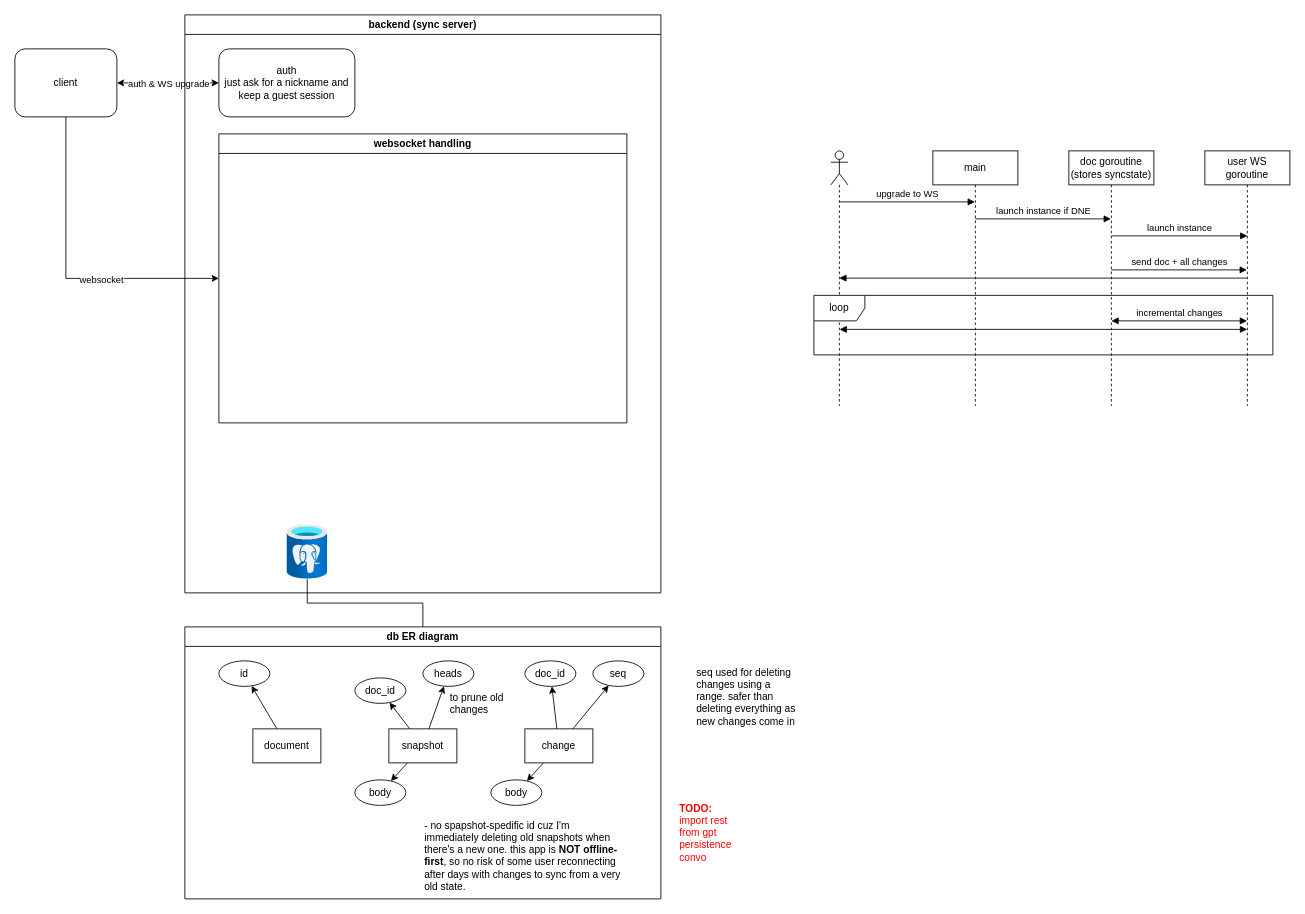
Above: page "one-doc-many-users" (1 of 2) of docs/system-design.drawio in AshkanArabim/ashdocs (draw.io), before the change. Source tidied: cells renumbered, new cells numbered last; positions are measured from the earlier drawing's top-left corner, leaving out a move shared by most shapes. Both pictures are drawn from the tidied source at 85%, with x=0, y=0 at pixel (14, 14).
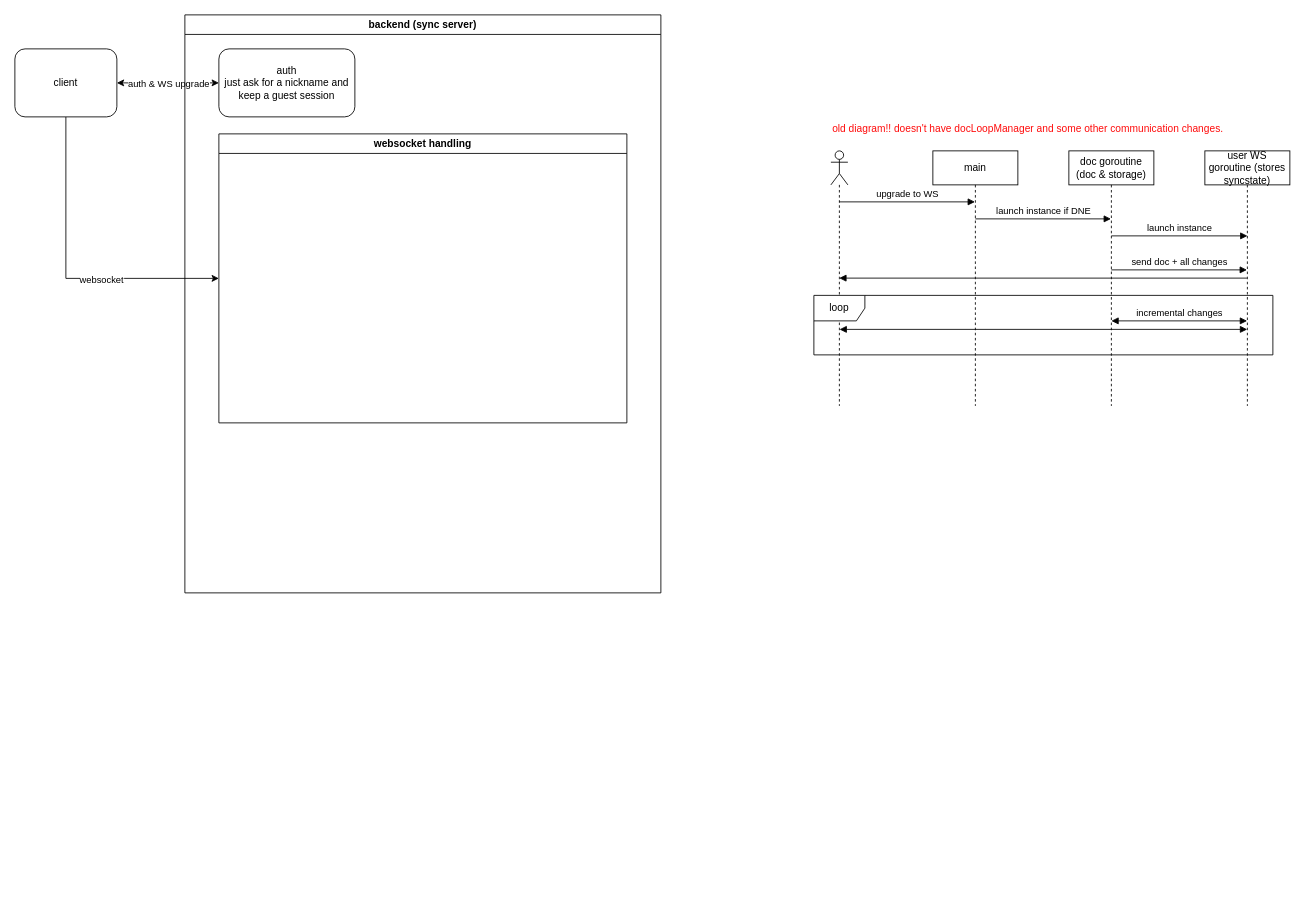
The same diagram, later.

Commit message:
remove postgres shit from drawio

The change refers to these unchanged cells:
```xml
<mxCell id="7" value="backend (sync server)" style="swimlane;whiteSpace=wrap;html=1;" parent="1" vertex="1">
  <mxGeometry x="200" width="560" height="680" as="geometry" />
</mxCell>
```

Diff of the diagram source:
```diff
@@
-    <mxCell id="10" style="image;html=1;points=[];align=center;fontSize=12;image=img/lib/azure2/databases/Azure_Database_PostgreSQL_Server.svg;" parent="7" vertex="1">
-      <mxGeometry x="120" y="600" width="48" height="64" as="geometry" />
-    </mxCell>
-    <mxCell id="11" value="db ER diagram" style="swimlane;whiteSpace=wrap;html=1;" parent="1" vertex="1">
-      <mxGeometry x="200" y="720" width="560" height="320" as="geometry" />
-    </mxCell>
-    <mxCell id="12" style="rounded=0;jettySize=auto;html=1;" parent="11" edge="1" source="13" target="22">
-      <mxGeometry relative="1" as="geometry" />
-    </mxCell>
-    <mxCell id="13" value="document" style="rounded=0;whiteSpace=wrap;html=1;" parent="11" vertex="1">
-      <mxGeometry x="80" y="120" width="80" height="40" as="geometry" />
-    </mxCell>
-    <mxCell id="14" style="rounded=0;jettySize=auto;html=1;" parent="11" edge="1" source="17" target="23">
-      <mxGeometry relative="1" as="geometry" />
-    </mxCell>
-    <mxCell id="15" style="rounded=0;jettySize=auto;html=1;" parent="11" edge="1" source="17" target="24">
-      <mxGeometry relative="1" as="geometry" />
-    </mxCell>
-    <mxCell id="16" style="rounded=0;jettySize=auto;html=1;" parent="11" edge="1" source="17" target="27">
-      <mxGeometry relative="1" as="geometry" />
-    </mxCell>
-    <mxCell id="17" value="snapshot" style="rounded=0;whiteSpace=wrap;html=1;" parent="11" vertex="1">
-      <mxGeometry x="240" y="120" width="80" height="40" as="geometry" />
-    </mxCell>
-    <mxCell id="18" style="rounded=0;jettySize=auto;html=1;" parent="11" edge="1" source="21" target="28">
-      <mxGeometry relative="1" as="geometry" />
-    </mxCell>
-    <mxCell id="19" style="rounded=0;jettySize=auto;html=1;" parent="11" edge="1" source="21" target="29">
-      <mxGeometry relative="1" as="geometry" />
-    </mxCell>
-    <mxCell id="20" style="rounded=0;jettySize=auto;html=1;" parent="11" edge="1" source="21" target="30">
-      <mxGeometry relative="1" as="geometry" />
-    </mxCell>
-    <mxCell id="21" value="change" style="rounded=0;whiteSpace=wrap;html=1;" parent="11" vertex="1">
-      <mxGeometry x="400" y="120" width="80" height="40" as="geometry" />
-    </mxCell>
-    <mxCell id="22" value="id" style="ellipse;whiteSpace=wrap;html=1;" parent="11" vertex="1">
-      <mxGeometry x="40" y="40" width="60" height="30" as="geometry" />
-    </mxCell>
-    <mxCell id="23" value="doc_id" style="ellipse;whiteSpace=wrap;html=1;" parent="11" vertex="1">
-      <mxGeometry x="200" y="60" width="60" height="30" as="geometry" />
-    </mxCell>
-    <mxCell id="24" value="heads" style="ellipse;whiteSpace=wrap;html=1;" parent="11" vertex="1">
-      <mxGeometry x="280" y="40" width="60" height="30" as="geometry" />
-    </mxCell>
-    <mxCell id="25" value="- no spapshot-spedific id cuz I'm immediately deleting old snapshots when there's a new one. this app is &lt;b&gt;NOT offline-first&lt;/b&gt;, so no risk of some user reconnecting after days with changes to sync from a very old state." style="text;html=1;whiteSpace=wrap;strokeColor=none;fillColor=none;align=left;verticalAlign=top;rounded=0;" parent="11" vertex="1">
-      <mxGeometry x="280" y="220" width="240" height="80" as="geometry" />
-    </mxCell>
-    <mxCell id="26" value="to prune old changes" style="text;html=1;whiteSpace=wrap;strokeColor=none;fillColor=none;align=left;verticalAlign=top;rounded=0;" parent="11" vertex="1">
-      <mxGeometry x="310" y="70" width="70" height="30" as="geometry" />
-    </mxCell>
-    <mxCell id="27" value="body" style="ellipse;whiteSpace=wrap;html=1;" parent="11" vertex="1">
-      <mxGeometry x="200" y="180" width="60" height="30" as="geometry" />
-    </mxCell>
-    <mxCell id="28" value="doc_id" style="ellipse;whiteSpace=wrap;html=1;" parent="11" vertex="1">
-      <mxGeometry x="400" y="40" width="60" height="30" as="geometry" />
-    </mxCell>
-    <mxCell id="29" value="seq" style="ellipse;whiteSpace=wrap;html=1;" parent="11" vertex="1">
-      <mxGeometry x="480" y="40" width="60" height="30" as="geometry" />
-    </mxCell>
-    <mxCell id="30" value="body" style="ellipse;whiteSpace=wrap;html=1;" parent="11" vertex="1">
-      <mxGeometry x="360" y="180" width="60" height="30" as="geometry" />
-    </mxCell>
-    <mxCell id="31" style="edgeStyle=orthogonalEdgeStyle;rounded=0;jettySize=auto;html=1;endArrow=none;endFill=0;" parent="1" edge="1" source="10" target="11">
-      <mxGeometry relative="1" as="geometry" />
-    </mxCell>
-    <mxCell id="32" value="seq used for deleting changes using a range. safer than deleting everything as new changes come in" style="text;html=1;whiteSpace=wrap;strokeColor=none;fillColor=none;align=left;verticalAlign=top;rounded=0;" parent="1" vertex="1">
-      <mxGeometry x="800" y="760" width="120" height="120" as="geometry" />
-    </mxCell>
-    <mxCell id="33" value="&lt;div style=&quot;&quot;&gt;&lt;b style=&quot;background-color: transparent;&quot;&gt;TODO: &lt;/b&gt;&lt;span style=&quot;background-color: transparent;&quot;&gt;import rest from gpt persistence convo&lt;/span&gt;&lt;/div&gt;" style="text;html=1;whiteSpace=wrap;strokeColor=none;fillColor=none;align=left;verticalAlign=top;rounded=0;fontColor=#FF0000;" parent="1" vertex="1">
-      <mxGeometry x="780" y="920" width="60" height="30" as="geometry" />
-    </mxCell>
-    <mxCell id="34" value="user WS goroutine" style="shape=umlLifeline;perimeter=lifelinePerimeter;whiteSpace=wrap;html=1;newEdgeStyle={&quot;curved&quot;:0,&quot;rounded&quot;:0};" parent="1" vertex="1">
+    <mxCell id="34" value="user WS goroutine (stores syncstate)" style="shape=umlLifeline;perimeter=lifelinePerimeter;whiteSpace=wrap;html=1;newEdgeStyle={&quot;curved&quot;:0,&quot;rounded&quot;:0};" parent="1" vertex="1">
       <mxGeometry x="1400" y="160" width="100" height="300" as="geometry" />
     </mxCell>
@@
-    <mxCell id="39" value="doc goroutine (stores syncstate)" style="shape=umlLifeline;perimeter=lifelinePerimeter;whiteSpace=wrap;html=1;outlineConnect=0;portConstraint=eastwest;newEdgeStyle={&quot;curved&quot;:0,&quot;rounded&quot;:0};" parent="1" vertex="1">
+    <mxCell id="39" value="doc goroutine (doc &amp;amp; storage)" style="shape=umlLifeline;perimeter=lifelinePerimeter;whiteSpace=wrap;html=1;outlineConnect=0;portConstraint=eastwest;newEdgeStyle={&quot;curved&quot;:0,&quot;rounded&quot;:0};" parent="1" vertex="1">
       <mxGeometry x="1240" y="160" width="100" height="300" as="geometry" />
     </mxCell>
@@
+    <mxCell id="46" value="old diagram!! doesn't have docLoopManager and some other communication changes." style="text;html=1;whiteSpace=wrap;strokeColor=none;fillColor=none;align=left;verticalAlign=top;rounded=0;fontColor=#FF0C0C;" parent="1" vertex="1">
+      <mxGeometry x="960" y="120" width="520" height="30" as="geometry" />
+    </mxCell>
```
